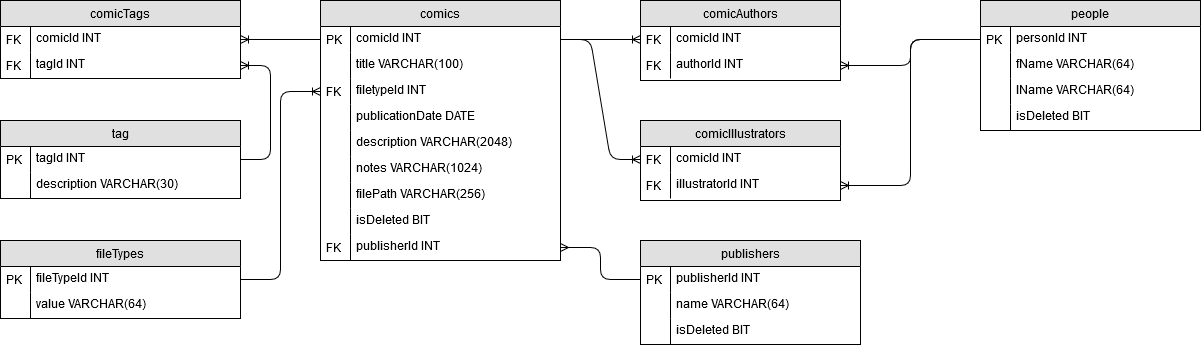
Earlier version of the draw.io export ERD.png (Kyle-L/ComicBook-Database). Source tidied: cells renumbered, new cells last; positions are measured from the earlier drawing's top-left corner, leaving out a move shared by most shapes.
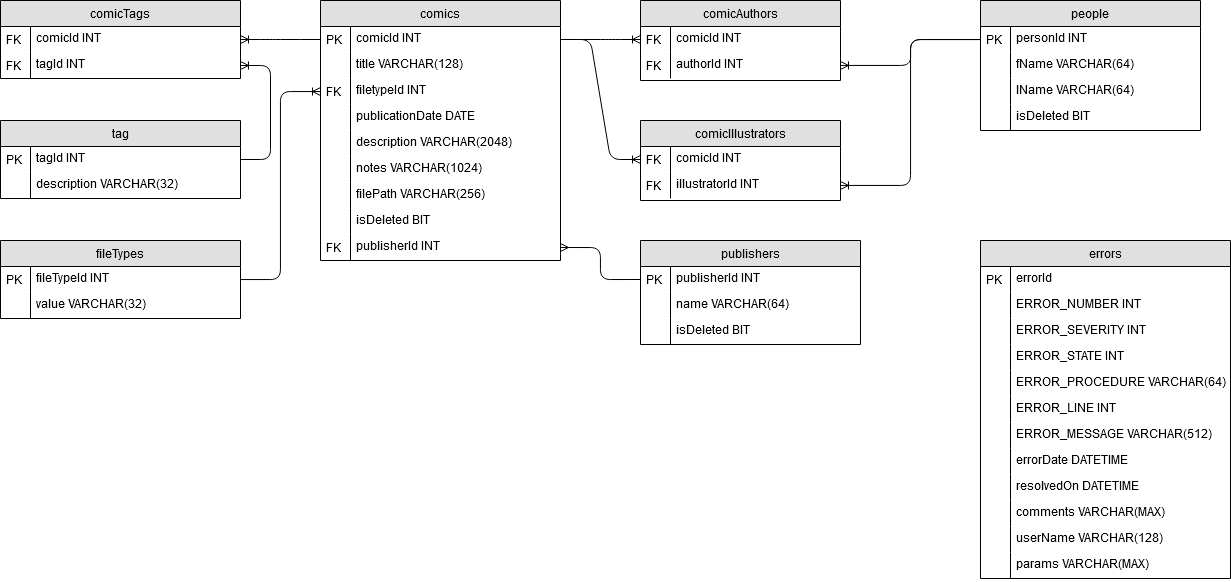
Later version of the same file.

Commit message:
Added an 'errors' table and updated all stored procedures to record any errors that occur.

Change to the diagram source:
```diff
@@ -26,7 +26,7 @@
     <mxCell id="9" value="PK" style="shape=partialRectangle;top=0;left=0;bottom=0;fillColor=none;align=left;verticalAlign=middle;spacingLeft=4;spacingRight=4;overflow=hidden;" parent="8" vertex="1">
       <mxGeometry width="30" height="26" as="geometry" />
     </mxCell>
-    <mxCell id="10" value="title VARCHAR(100)" style="shape=partialRectangle;top=0;left=0;right=0;bottom=0;align=left;verticalAlign=top;spacingTop=-2;fillColor=none;spacingLeft=34;spacingRight=4;overflow=hidden;" parent="7" vertex="1">
+    <mxCell id="10" value="title VARCHAR(128)" style="shape=partialRectangle;top=0;left=0;right=0;bottom=0;align=left;verticalAlign=top;spacingTop=-2;fillColor=none;spacingLeft=34;spacingRight=4;overflow=hidden;" parent="7" vertex="1">
       <mxGeometry y="52" width="240" height="26" as="geometry" />
     </mxCell>
     <mxCell id="11" style="shape=partialRectangle;top=0;left=0;bottom=0;fillColor=none;align=left;verticalAlign=middle;spacingLeft=4;spacingRight=4;overflow=hidden;" parent="10" vertex="1">
@@ -98,7 +98,7 @@
     <mxCell id="33" value="PK" style="shape=partialRectangle;top=0;left=0;bottom=0;fillColor=none;align=left;verticalAlign=middle;spacingLeft=4;spacingRight=4;overflow=hidden;" parent="32" vertex="1">
       <mxGeometry width="30" height="26" as="geometry" />
     </mxCell>
-    <mxCell id="34" value="description VARCHAR(30)" style="shape=partialRectangle;top=0;left=0;right=0;bottom=0;align=left;verticalAlign=top;spacingTop=-2;fillColor=none;spacingLeft=34;spacingRight=4;overflow=hidden;" parent="31" vertex="1">
+    <mxCell id="34" value="description VARCHAR(32)" style="shape=partialRectangle;top=0;left=0;right=0;bottom=0;align=left;verticalAlign=top;spacingTop=-2;fillColor=none;spacingLeft=34;spacingRight=4;overflow=hidden;" parent="31" vertex="1">
       <mxGeometry y="52" width="240" height="26" as="geometry" />
     </mxCell>
     <mxCell id="35" style="shape=partialRectangle;top=0;left=0;bottom=0;fillColor=none;align=left;verticalAlign=middle;spacingLeft=4;spacingRight=4;overflow=hidden;" parent="34" vertex="1">
@@ -113,7 +113,7 @@
     <mxCell id="38" value="PK" style="shape=partialRectangle;top=0;left=0;bottom=0;fillColor=none;align=left;verticalAlign=middle;spacingLeft=4;spacingRight=4;overflow=hidden;" parent="37" vertex="1">
       <mxGeometry width="30" height="26" as="geometry" />
     </mxCell>
-    <mxCell id="39" value="value&#9;&#9;VARCHAR(64)" style="shape=partialRectangle;top=0;left=0;right=0;bottom=0;align=left;verticalAlign=top;spacingTop=-2;fillColor=none;spacingLeft=34;spacingRight=4;overflow=hidden;" parent="36" vertex="1">
+    <mxCell id="39" value="value&#9;&#9;VARCHAR(32)" style="shape=partialRectangle;top=0;left=0;right=0;bottom=0;align=left;verticalAlign=top;spacingTop=-2;fillColor=none;spacingLeft=34;spacingRight=4;overflow=hidden;" parent="36" vertex="1">
       <mxGeometry y="52" width="240" height="26" as="geometry" />
     </mxCell>
     <mxCell id="40" style="shape=partialRectangle;top=0;left=0;bottom=0;fillColor=none;align=left;verticalAlign=middle;spacingLeft=4;spacingRight=4;overflow=hidden;" parent="39" vertex="1">
@@ -206,5 +206,80 @@
     <mxCell id="69" style="edgeStyle=entityRelationEdgeStyle;fontSize=12;html=1;endArrow=ERoneToMany;" parent="1" edge="1" source="8" target="42">
       <mxGeometry relative="1" as="geometry" />
     </mxCell>
+    <mxCell id="70" value="errors" style="swimlane;fontStyle=0;horizontal=1;startSize=26;fillColor=#e0e0e0;swimlaneFillColor=#ffffff;align=center;" parent="1" vertex="1">
+      <mxGeometry x="980" y="240" width="250" height="338" as="geometry" />
+    </mxCell>
+    <mxCell id="71" value="errorId" style="shape=partialRectangle;top=0;left=0;right=0;bottom=0;align=left;verticalAlign=top;spacingTop=-2;fillColor=none;spacingLeft=34;spacingRight=4;overflow=hidden;" parent="70" vertex="1">
+      <mxGeometry y="26" width="250" height="26" as="geometry" />
+    </mxCell>
+    <mxCell id="72" value="PK" style="shape=partialRectangle;top=0;left=0;bottom=0;fillColor=none;align=left;verticalAlign=middle;spacingLeft=4;spacingRight=4;overflow=hidden;" parent="71" vertex="1">
+      <mxGeometry width="30" height="26" as="geometry" />
+    </mxCell>
+    <mxCell id="73" value="ERROR_NUMBER INT" style="shape=partialRectangle;top=0;left=0;right=0;bottom=0;align=left;verticalAlign=top;spacingTop=-2;fillColor=none;spacingLeft=34;spacingRight=4;overflow=hidden;" parent="70" vertex="1">
+      <mxGeometry y="52" width="250" height="26" as="geometry" />
+    </mxCell>
+    <mxCell id="74" style="shape=partialRectangle;top=0;left=0;bottom=0;fillColor=none;align=left;verticalAlign=middle;spacingLeft=4;spacingRight=4;overflow=hidden;" parent="73" vertex="1">
+      <mxGeometry width="30" height="26" as="geometry" />
+    </mxCell>
+    <mxCell id="75" value="ERROR_SEVERITY INT" style="shape=partialRectangle;top=0;left=0;right=0;bottom=0;align=left;verticalAlign=top;spacingTop=-2;fillColor=none;spacingLeft=34;spacingRight=4;overflow=hidden;" parent="70" vertex="1">
+      <mxGeometry y="78" width="250" height="26" as="geometry" />
+    </mxCell>
+    <mxCell id="76" style="shape=partialRectangle;top=0;left=0;bottom=0;fillColor=none;align=left;verticalAlign=middle;spacingLeft=4;spacingRight=4;overflow=hidden;" parent="75" vertex="1">
+      <mxGeometry width="30" height="26" as="geometry" />
+    </mxCell>
+    <mxCell id="77" value="ERROR_STATE INT" style="shape=partialRectangle;top=0;left=0;right=0;bottom=0;align=left;verticalAlign=top;spacingTop=-2;fillColor=none;spacingLeft=34;spacingRight=4;overflow=hidden;" parent="70" vertex="1">
+      <mxGeometry y="104" width="250" height="26" as="geometry" />
+    </mxCell>
+    <mxCell id="78" style="shape=partialRectangle;top=0;left=0;bottom=0;fillColor=none;align=left;verticalAlign=middle;spacingLeft=4;spacingRight=4;overflow=hidden;" parent="77" vertex="1">
+      <mxGeometry width="30" height="26" as="geometry" />
+    </mxCell>
+    <mxCell id="79" value="ERROR_PROCEDURE VARCHAR(64)" style="shape=partialRectangle;top=0;left=0;right=0;bottom=0;align=left;verticalAlign=top;spacingTop=-2;fillColor=none;spacingLeft=34;spacingRight=4;overflow=hidden;" parent="70" vertex="1">
+      <mxGeometry y="130" width="250" height="26" as="geometry" />
+    </mxCell>
+    <mxCell id="80" style="shape=partialRectangle;top=0;left=0;bottom=0;fillColor=none;align=left;verticalAlign=middle;spacingLeft=4;spacingRight=4;overflow=hidden;" parent="79" vertex="1">
+      <mxGeometry width="30" height="26" as="geometry" />
+    </mxCell>
+    <mxCell id="81" value="ERROR_LINE INT" style="shape=partialRectangle;top=0;left=0;right=0;bottom=0;align=left;verticalAlign=top;spacingTop=-2;fillColor=none;spacingLeft=34;spacingRight=4;overflow=hidden;" parent="70" vertex="1">
+      <mxGeometry y="156" width="250" height="26" as="geometry" />
+    </mxCell>
+    <mxCell id="82" style="shape=partialRectangle;top=0;left=0;bottom=0;fillColor=none;align=left;verticalAlign=middle;spacingLeft=4;spacingRight=4;overflow=hidden;" parent="81" vertex="1">
+      <mxGeometry width="30" height="26" as="geometry" />
+    </mxCell>
+    <mxCell id="83" value="ERROR_MESSAGE VARCHAR(512)" style="shape=partialRectangle;top=0;left=0;right=0;bottom=0;align=left;verticalAlign=top;spacingTop=-2;fillColor=none;spacingLeft=34;spacingRight=4;overflow=hidden;" parent="70" vertex="1">
+      <mxGeometry y="182" width="250" height="26" as="geometry" />
+    </mxCell>
+    <mxCell id="84" style="shape=partialRectangle;top=0;left=0;bottom=0;fillColor=none;align=left;verticalAlign=middle;spacingLeft=4;spacingRight=4;overflow=hidden;" parent="83" vertex="1">
+      <mxGeometry width="30" height="26" as="geometry" />
+    </mxCell>
+    <mxCell id="85" value="errorDate DATETIME" style="shape=partialRectangle;top=0;left=0;right=0;bottom=0;align=left;verticalAlign=top;spacingTop=-2;fillColor=none;spacingLeft=34;spacingRight=4;overflow=hidden;" parent="70" vertex="1">
+      <mxGeometry y="208" width="250" height="26" as="geometry" />
+    </mxCell>
+    <mxCell id="86" style="shape=partialRectangle;top=0;left=0;bottom=0;fillColor=none;align=left;verticalAlign=middle;spacingLeft=4;spacingRight=4;overflow=hidden;" parent="85" vertex="1">
+      <mxGeometry width="30" height="26" as="geometry" />
+    </mxCell>
+    <mxCell id="87" value="resolvedOn DATETIME" style="shape=partialRectangle;top=0;left=0;right=0;bottom=0;align=left;verticalAlign=top;spacingTop=-2;fillColor=none;spacingLeft=34;spacingRight=4;overflow=hidden;" parent="70" vertex="1">
+      <mxGeometry y="234" width="250" height="26" as="geometry" />
+    </mxCell>
+    <mxCell id="88" style="shape=partialRectangle;top=0;left=0;bottom=0;fillColor=none;align=left;verticalAlign=middle;spacingLeft=4;spacingRight=4;overflow=hidden;" parent="87" vertex="1">
+      <mxGeometry width="30" height="26" as="geometry" />
+    </mxCell>
+    <mxCell id="89" value="comments VARCHAR(MAX)" style="shape=partialRectangle;top=0;left=0;right=0;bottom=0;align=left;verticalAlign=top;spacingTop=-2;fillColor=none;spacingLeft=34;spacingRight=4;overflow=hidden;" parent="70" vertex="1">
+      <mxGeometry y="260" width="250" height="26" as="geometry" />
+    </mxCell>
+    <mxCell id="90" style="shape=partialRectangle;top=0;left=0;bottom=0;fillColor=none;align=left;verticalAlign=middle;spacingLeft=4;spacingRight=4;overflow=hidden;" parent="89" vertex="1">
+      <mxGeometry width="30" height="26" as="geometry" />
+    </mxCell>
+    <mxCell id="91" value="userName VARCHAR(128)" style="shape=partialRectangle;top=0;left=0;right=0;bottom=0;align=left;verticalAlign=top;spacingTop=-2;fillColor=none;spacingLeft=34;spacingRight=4;overflow=hidden;" parent="70" vertex="1">
+      <mxGeometry y="286" width="250" height="26" as="geometry" />
+    </mxCell>
+    <mxCell id="92" style="shape=partialRectangle;top=0;left=0;bottom=0;fillColor=none;align=left;verticalAlign=middle;spacingLeft=4;spacingRight=4;overflow=hidden;" parent="91" vertex="1">
+      <mxGeometry width="30" height="26" as="geometry" />
+    </mxCell>
+    <mxCell id="93" value="params VARCHAR(MAX)" style="shape=partialRectangle;top=0;left=0;right=0;bottom=0;align=left;verticalAlign=top;spacingTop=-2;fillColor=none;spacingLeft=34;spacingRight=4;overflow=hidden;" parent="70" vertex="1">
+      <mxGeometry y="312" width="250" height="26" as="geometry" />
+    </mxCell>
+    <mxCell id="94" style="shape=partialRectangle;top=0;left=0;bottom=0;fillColor=none;align=left;verticalAlign=middle;spacingLeft=4;spacingRight=4;overflow=hidden;" parent="93" vertex="1">
+      <mxGeometry width="30" height="26" as="geometry" />
+    </mxCell>
   </root>
 </mxGraphModel>
```
